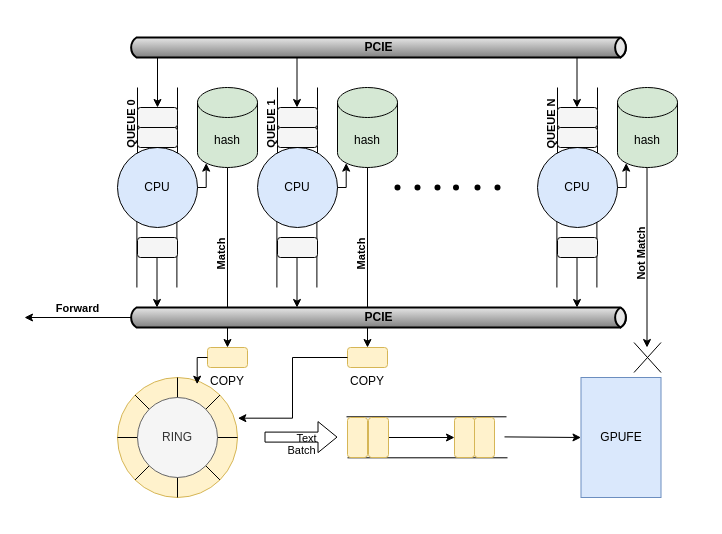
Earlier version of the draw.io diagram DPU_flowID.drawio (CHRIS123540/GPU). Source tidied: cells renumbered, new cells numbered last; positions are measured from the earlier drawing's top-left corner, leaving out a move shared by most shapes. Both pictures are drawn from the tidied source at 100%, with x=0, y=0 at pixel (24, 17).
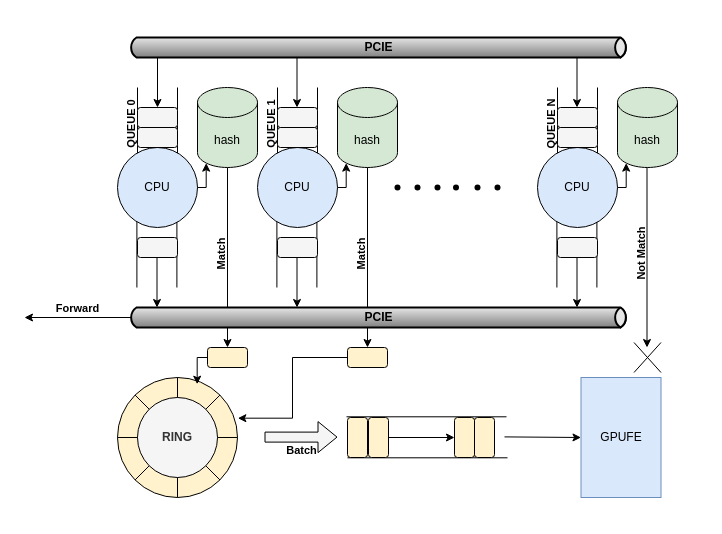
Above is the later version.

The change refers to these unchanged cells:
```xml
<mxCell id="2" style="group;" parent="1" vertex="1">
  <mxGeometry x="40" width="640" height="500" as="geometry" />
</mxCell>
```

What changed in the source:
```diff
@@
-    <mxCell id="15" style="ellipse;whiteSpace=wrap;html=1;fillColor=#fff2cc;strokeColor=#d6b656;labelBackgroundColor=none;" parent="2" vertex="1">
+    <mxCell id="15" style="ellipse;whiteSpace=wrap;html=1;fillColor=#fff2cc;strokeColor=default;labelBackgroundColor=none;" parent="2" vertex="1">
       <mxGeometry x="53" y="360" width="120" height="120" as="geometry" />
     </mxCell>
-    <mxCell id="16" style="endArrow=none;html=1;rounded=0;exitX=0;exitY=0;exitDx=0;exitDy=0;entryX=1;entryY=1;entryDx=0;entryDy=0;labelBackgroundColor=none;" parent="2" edge="1" source="15" target="15">
+    <mxCell id="16" style="endArrow=none;html=1;rounded=0;exitX=0;exitY=0;exitDx=0;exitDy=0;entryX=1;entryY=1;entryDx=0;entryDy=0;labelBackgroundColor=none;strokeColor=default;" parent="2" edge="1" source="15" target="15">
       <mxGeometry relative="1" as="geometry" />
     </mxCell>
-    <mxCell id="17" style="endArrow=none;html=1;rounded=0;exitX=0;exitY=0.5;exitDx=0;exitDy=0;entryX=1;entryY=0.5;entryDx=0;entryDy=0;labelBackgroundColor=none;" parent="2" edge="1" source="15" target="15">
+    <mxCell id="17" style="endArrow=none;html=1;rounded=0;exitX=0;exitY=0.5;exitDx=0;exitDy=0;entryX=1;entryY=0.5;entryDx=0;entryDy=0;labelBackgroundColor=none;strokeColor=default;" parent="2" edge="1" source="15" target="15">
       <mxGeometry relative="1" as="geometry" />
     </mxCell>
-    <mxCell id="18" style="endArrow=none;html=1;rounded=0;exitX=0.5;exitY=0;exitDx=0;exitDy=0;entryX=0.5;entryY=1;entryDx=0;entryDy=0;labelBackgroundColor=none;" parent="2" edge="1" source="15" target="15">
+    <mxCell id="18" style="endArrow=none;html=1;rounded=0;exitX=0.5;exitY=0;exitDx=0;exitDy=0;entryX=0.5;entryY=1;entryDx=0;entryDy=0;labelBackgroundColor=none;strokeColor=default;" parent="2" edge="1" source="15" target="15">
       <mxGeometry relative="1" as="geometry" />
     </mxCell>
-    <mxCell id="19" style="endArrow=none;html=1;rounded=0;exitX=1;exitY=0;exitDx=0;exitDy=0;entryX=0;entryY=1;entryDx=0;entryDy=0;labelBackgroundColor=none;" parent="2" edge="1" source="15" target="15">
+    <mxCell id="19" style="endArrow=none;html=1;rounded=0;exitX=1;exitY=0;exitDx=0;exitDy=0;entryX=0;entryY=1;entryDx=0;entryDy=0;labelBackgroundColor=none;strokeColor=default;" parent="2" edge="1" source="15" target="15">
       <mxGeometry relative="1" as="geometry" />
     </mxCell>
-    <mxCell id="20" value="RING" style="ellipse;whiteSpace=wrap;html=1;fillColor=#f5f5f5;fontColor=#333333;strokeColor=#666666;labelBackgroundColor=none;" parent="2" vertex="1">
+    <mxCell id="20" value="RING" style="ellipse;whiteSpace=wrap;html=1;fillColor=#f5f5f5;fontColor=#333333;strokeColor=default;labelBackgroundColor=none;fontStyle=1;" parent="2" vertex="1">
       <mxGeometry x="73" y="380" width="80" height="80" as="geometry" />
     </mxCell>
-    <mxCell id="21" value="COPY" style="rounded=1;whiteSpace=wrap;html=1;fillColor=#fff2cc;strokeColor=#d6b656;labelBackgroundColor=none;verticalAlign=top;labelPosition=center;verticalLabelPosition=bottom;align=center;" parent="2" vertex="1">
+    <mxCell id="21" style="rounded=1;whiteSpace=wrap;html=1;fillColor=#fff2cc;strokeColor=default;labelBackgroundColor=none;verticalAlign=top;labelPosition=center;verticalLabelPosition=bottom;align=center;" parent="2" vertex="1">
       <mxGeometry x="143" y="330" width="40" height="20" as="geometry" />
     </mxCell>
@@
-    <mxCell id="57" value="COPY" style="rounded=1;whiteSpace=wrap;html=1;fillColor=#fff2cc;strokeColor=#d6b656;labelBackgroundColor=none;labelPosition=center;verticalLabelPosition=bottom;align=center;verticalAlign=top;" parent="2" vertex="1">
+    <mxCell id="57" style="rounded=1;whiteSpace=wrap;html=1;fillColor=#fff2cc;strokeColor=default;labelBackgroundColor=none;labelPosition=center;verticalLabelPosition=bottom;align=center;verticalAlign=top;" parent="2" vertex="1">
       <mxGeometry x="283" y="330" width="40" height="20" as="geometry" />
     </mxCell>
@@
-    <mxCell id="63" style="rounded=1;whiteSpace=wrap;html=1;rotation=90;fillColor=#fff2cc;strokeColor=#d6b656;labelBackgroundColor=none;" parent="2" vertex="1">
+    <mxCell id="63" style="rounded=1;whiteSpace=wrap;html=1;rotation=90;fillColor=#fff2cc;strokeColor=default;labelBackgroundColor=none;" parent="2" vertex="1">
       <mxGeometry x="294" y="410" width="40" height="20" as="geometry" />
     </mxCell>
-    <mxCell id="64" value="Batch" style="shape=flexArrow;endArrow=classic;html=1;rounded=0;verticalAlign=top;labelBackgroundColor=none;" parent="2" edge="1">
+    <mxCell id="64" value="Batch" style="shape=flexArrow;endArrow=classic;html=1;rounded=0;verticalAlign=top;labelBackgroundColor=none;fontStyle=1;fillColor=#f5f5f5;strokeColor=default;" parent="2" edge="1">
       <mxGeometry relative="1" as="geometry">
         <mxPoint x="200" y="419.6" as="sourcePoint" />
         <mxPoint x="273" y="419.6" as="targetPoint" />
       </mxGeometry>
     </mxCell>
-    <mxCell id="65" value="Text" style="edgeLabel;html=1;align=center;verticalAlign=middle;labelBackgroundColor=none;" parent="64" vertex="1">
-      <mxGeometry x="0.11" y="-1" relative="1" as="geometry" />
-    </mxCell>
-    <mxCell id="66" style="rounded=1;whiteSpace=wrap;html=1;rotation=90;fillColor=#fff2cc;strokeColor=#d6b656;labelBackgroundColor=none;" parent="2" vertex="1">
+    <mxCell id="66" style="rounded=1;whiteSpace=wrap;html=1;rotation=90;fillColor=#fff2cc;strokeColor=default;labelBackgroundColor=none;" parent="2" vertex="1">
       <mxGeometry x="380" y="410" width="40" height="20" as="geometry" />
     </mxCell>
-    <mxCell id="67" style="rounded=1;whiteSpace=wrap;html=1;rotation=90;fillColor=#fff2cc;strokeColor=#d6b656;labelBackgroundColor=none;" parent="2" vertex="1">
+    <mxCell id="67" style="rounded=1;whiteSpace=wrap;html=1;rotation=90;fillColor=#fff2cc;strokeColor=default;labelBackgroundColor=none;" parent="2" vertex="1">
       <mxGeometry x="273" y="410" width="40" height="20" as="geometry" />
     </mxCell>
-    <mxCell id="68" style="rounded=1;whiteSpace=wrap;html=1;rotation=90;fillColor=#fff2cc;strokeColor=#d6b656;labelBackgroundColor=none;" parent="2" vertex="1">
+    <mxCell id="68" style="rounded=1;whiteSpace=wrap;html=1;rotation=90;fillColor=#fff2cc;strokeColor=default;labelBackgroundColor=none;" parent="2" vertex="1">
       <mxGeometry x="400" y="410" width="40" height="20" as="geometry" />
     </mxCell>
```
